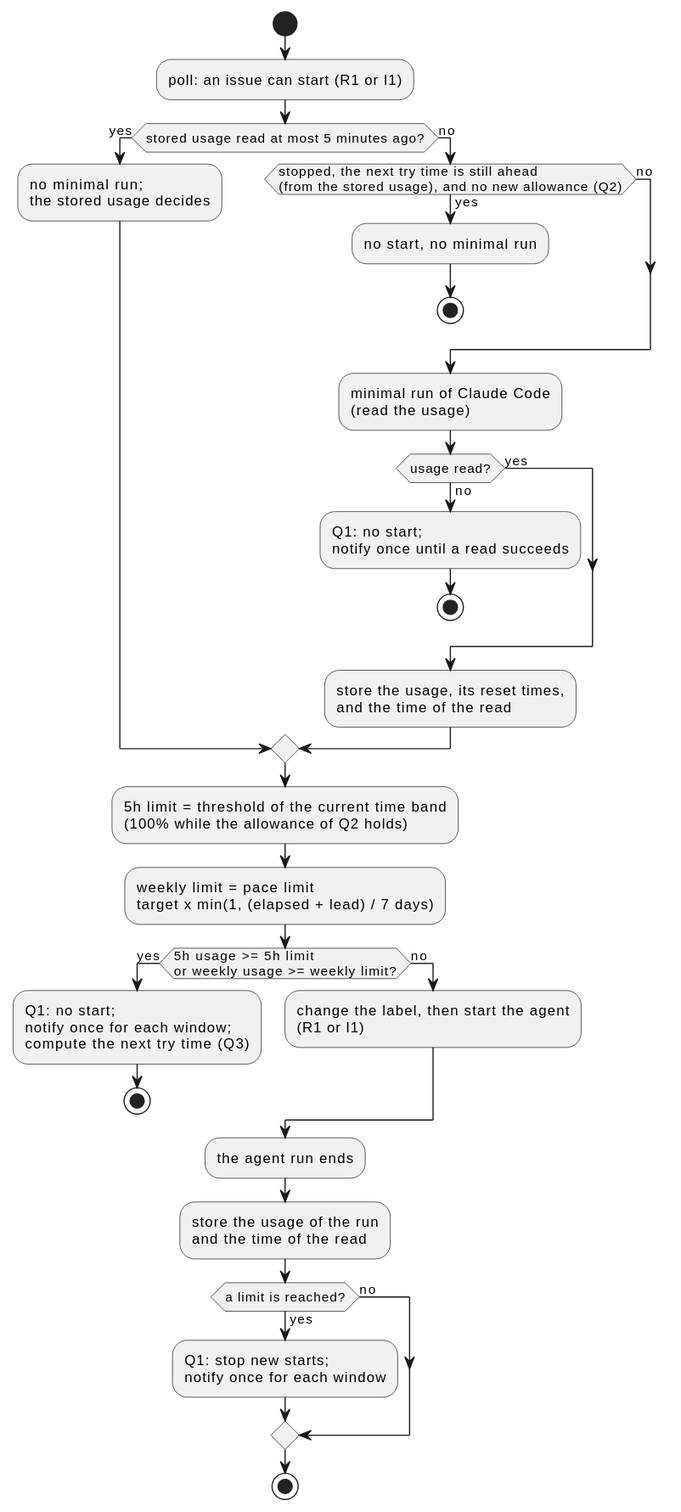
Earlier version of the PlantUML export docs/ja/designs/quota-start.svg (cloveclovedev/cumin-works).
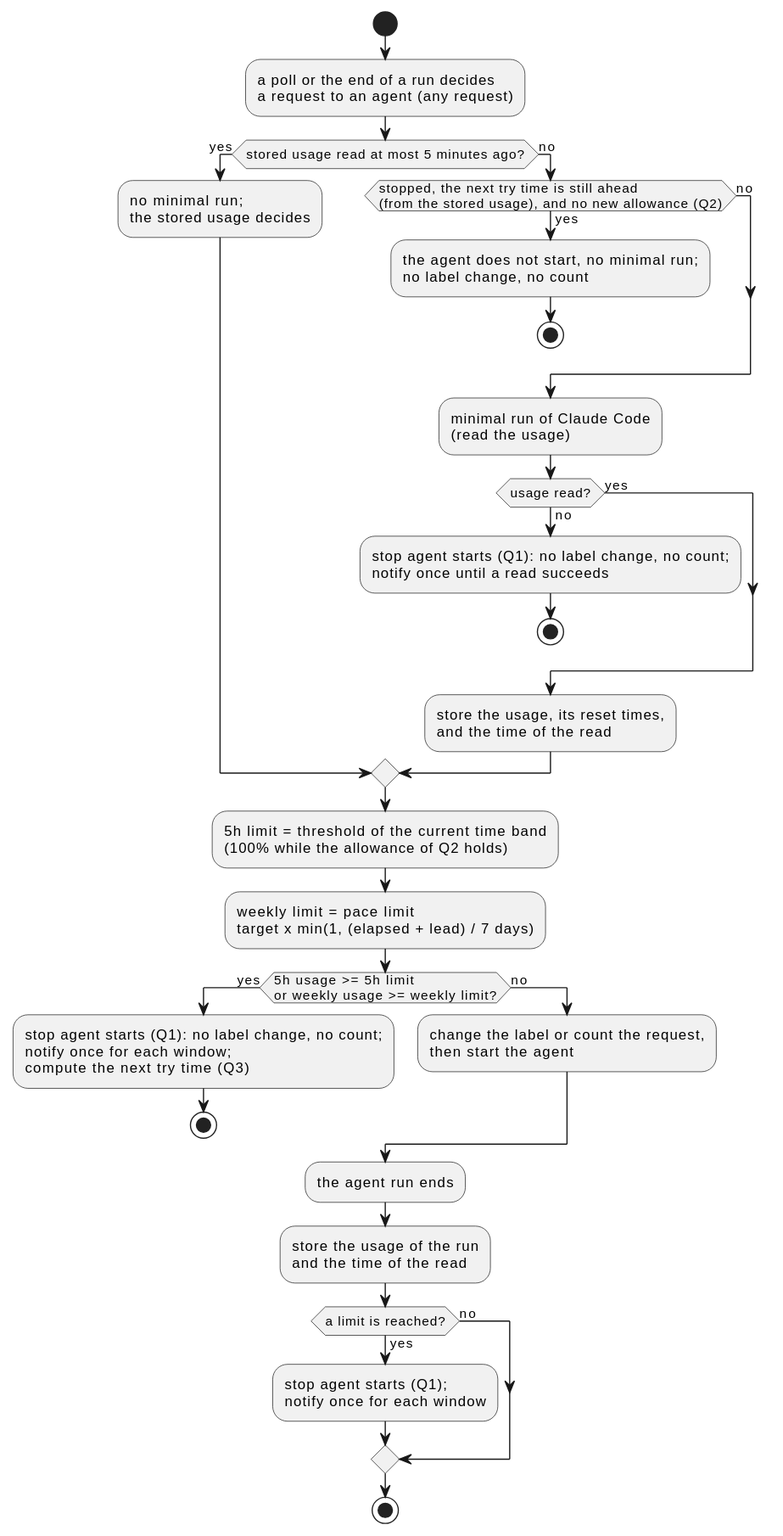
After the change.

What changed in the source:
```diff
@@ -3,18 +3,18 @@
 skinparam defaultFontName sans-serif
 
 start
-:poll: an issue can start (R1 or I1);
+:a poll or the end of a run decides\na request to an agent (any request);
 if (stored usage read at most 5 minutes ago?) then (yes)
   :no minimal run;\nthe stored usage decides;
 else (no)
 if (stopped, the next try time is still ahead\n(from the stored usage), and no new allowance (Q2)) then (yes)
-  :no start, no minimal run;
+  :the agent does not start, no minimal run;\nno label change, no count;
   stop
 else (no)
 endif
 :minimal run of Claude Code\n(read the usage);
 if (usage read?) then (no)
-  :Q1: no start;\nnotify once until a read succeeds;
+  :stop agent starts (Q1): no label change, no count;\nnotify once until a read succeeds;
   stop
 else (yes)
 endif
@@ -23,15 +23,15 @@
 :5h limit = threshold of the current time band\n(100% while the allowance of Q2 holds);
 :weekly limit = pace limit\ntarget x min(1, (elapsed + lead) / 7 days);
 if (5h usage >= 5h limit\nor weekly usage >= weekly limit?) then (yes)
-  :Q1: no start;\nnotify once for each window;\ncompute the next try time (Q3);
+  :stop agent starts (Q1): no label change, no count;\nnotify once for each window;\ncompute the next try time (Q3);
   stop
 else (no)
-  :change the label, then start the agent\n(R1 or I1);
+  :change the label or count the request,\nthen start the agent;
 endif
 :the agent run ends;
 :store the usage of the run\nand the time of the read;
 if (a limit is reached?) then (yes)
-  :Q1: stop new starts;\nnotify once for each window;
+  :stop agent starts (Q1);\nnotify once for each window;
 else (no)
 endif
 stop
```
